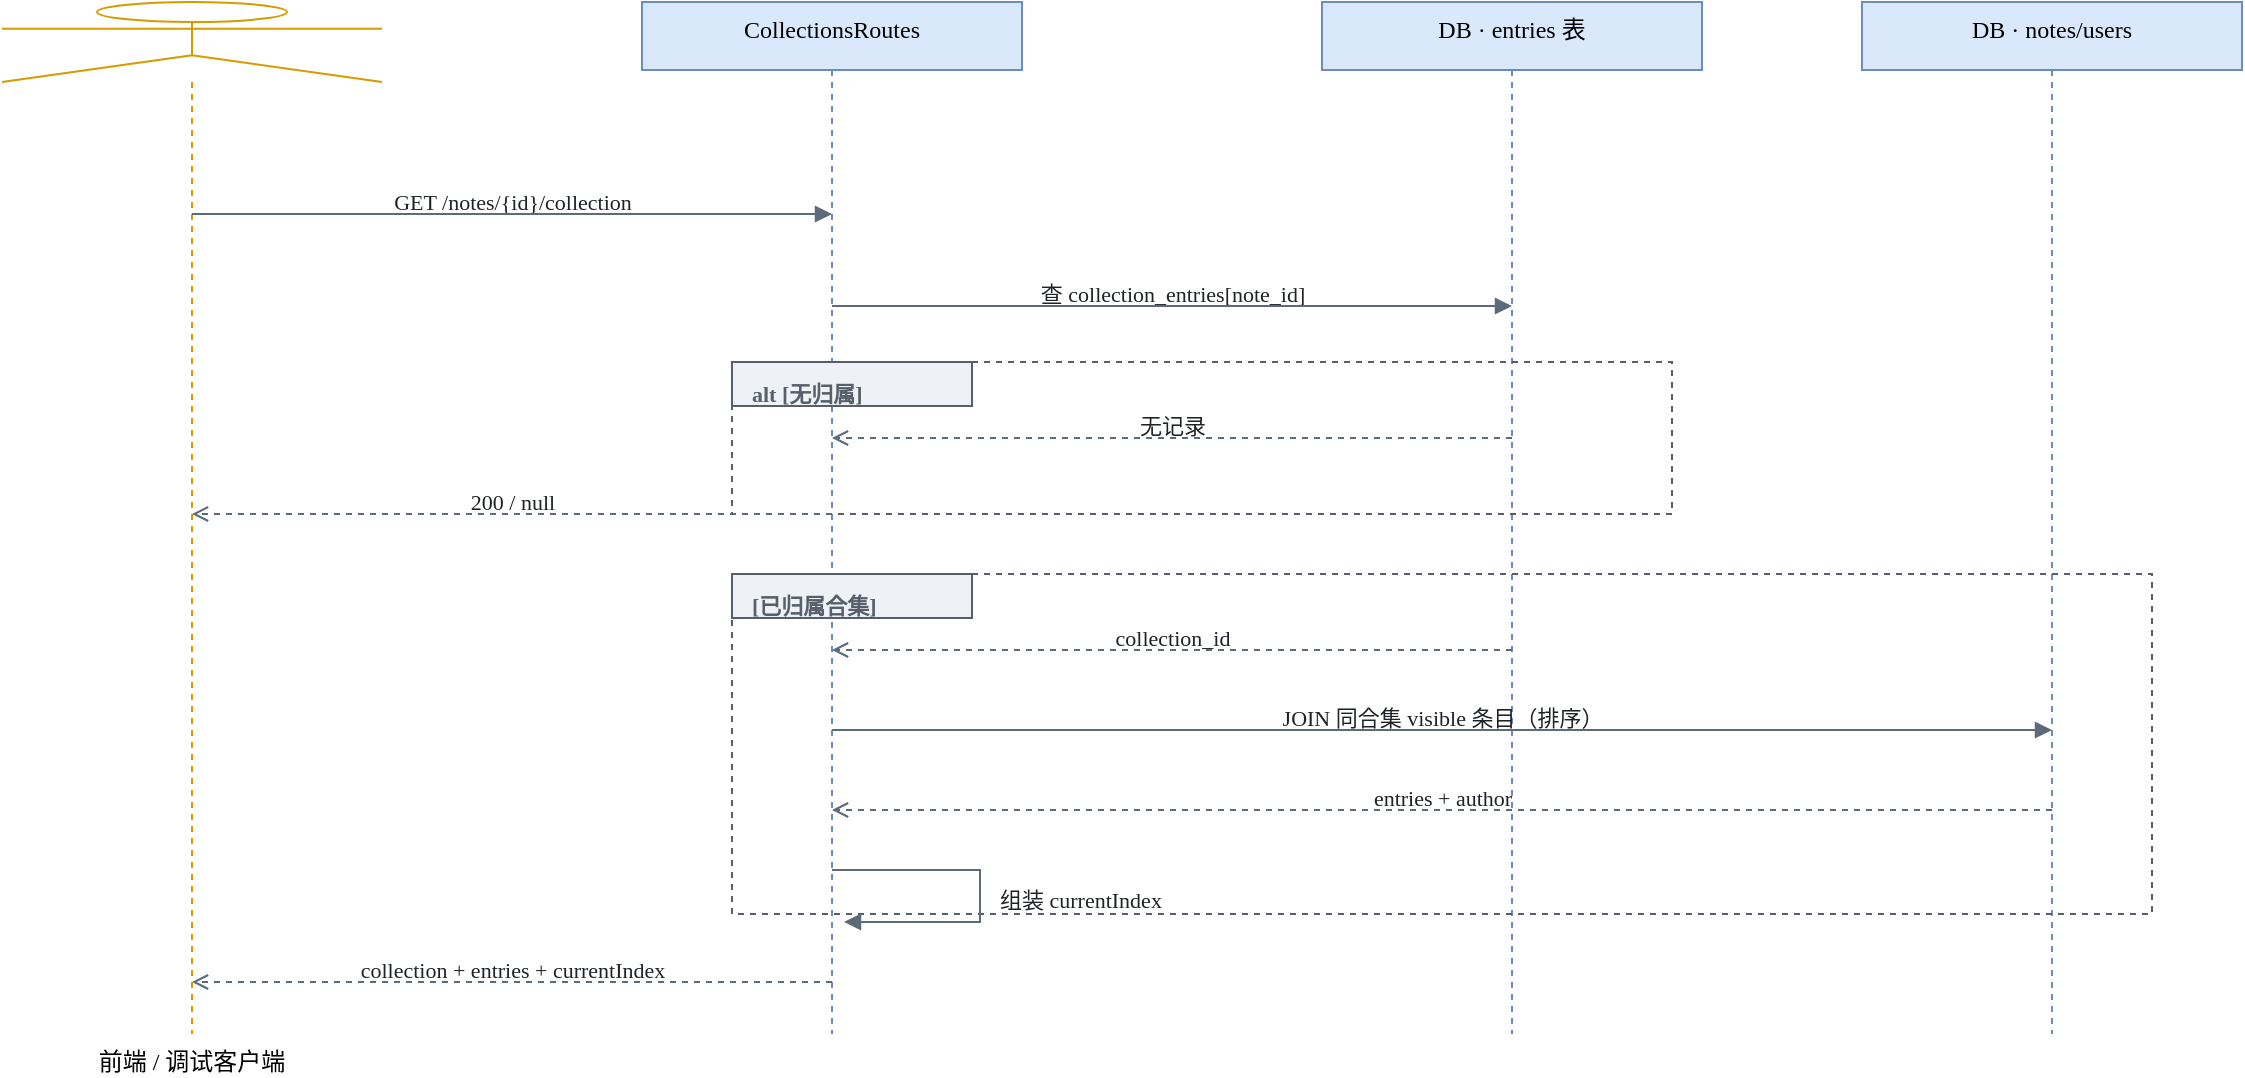
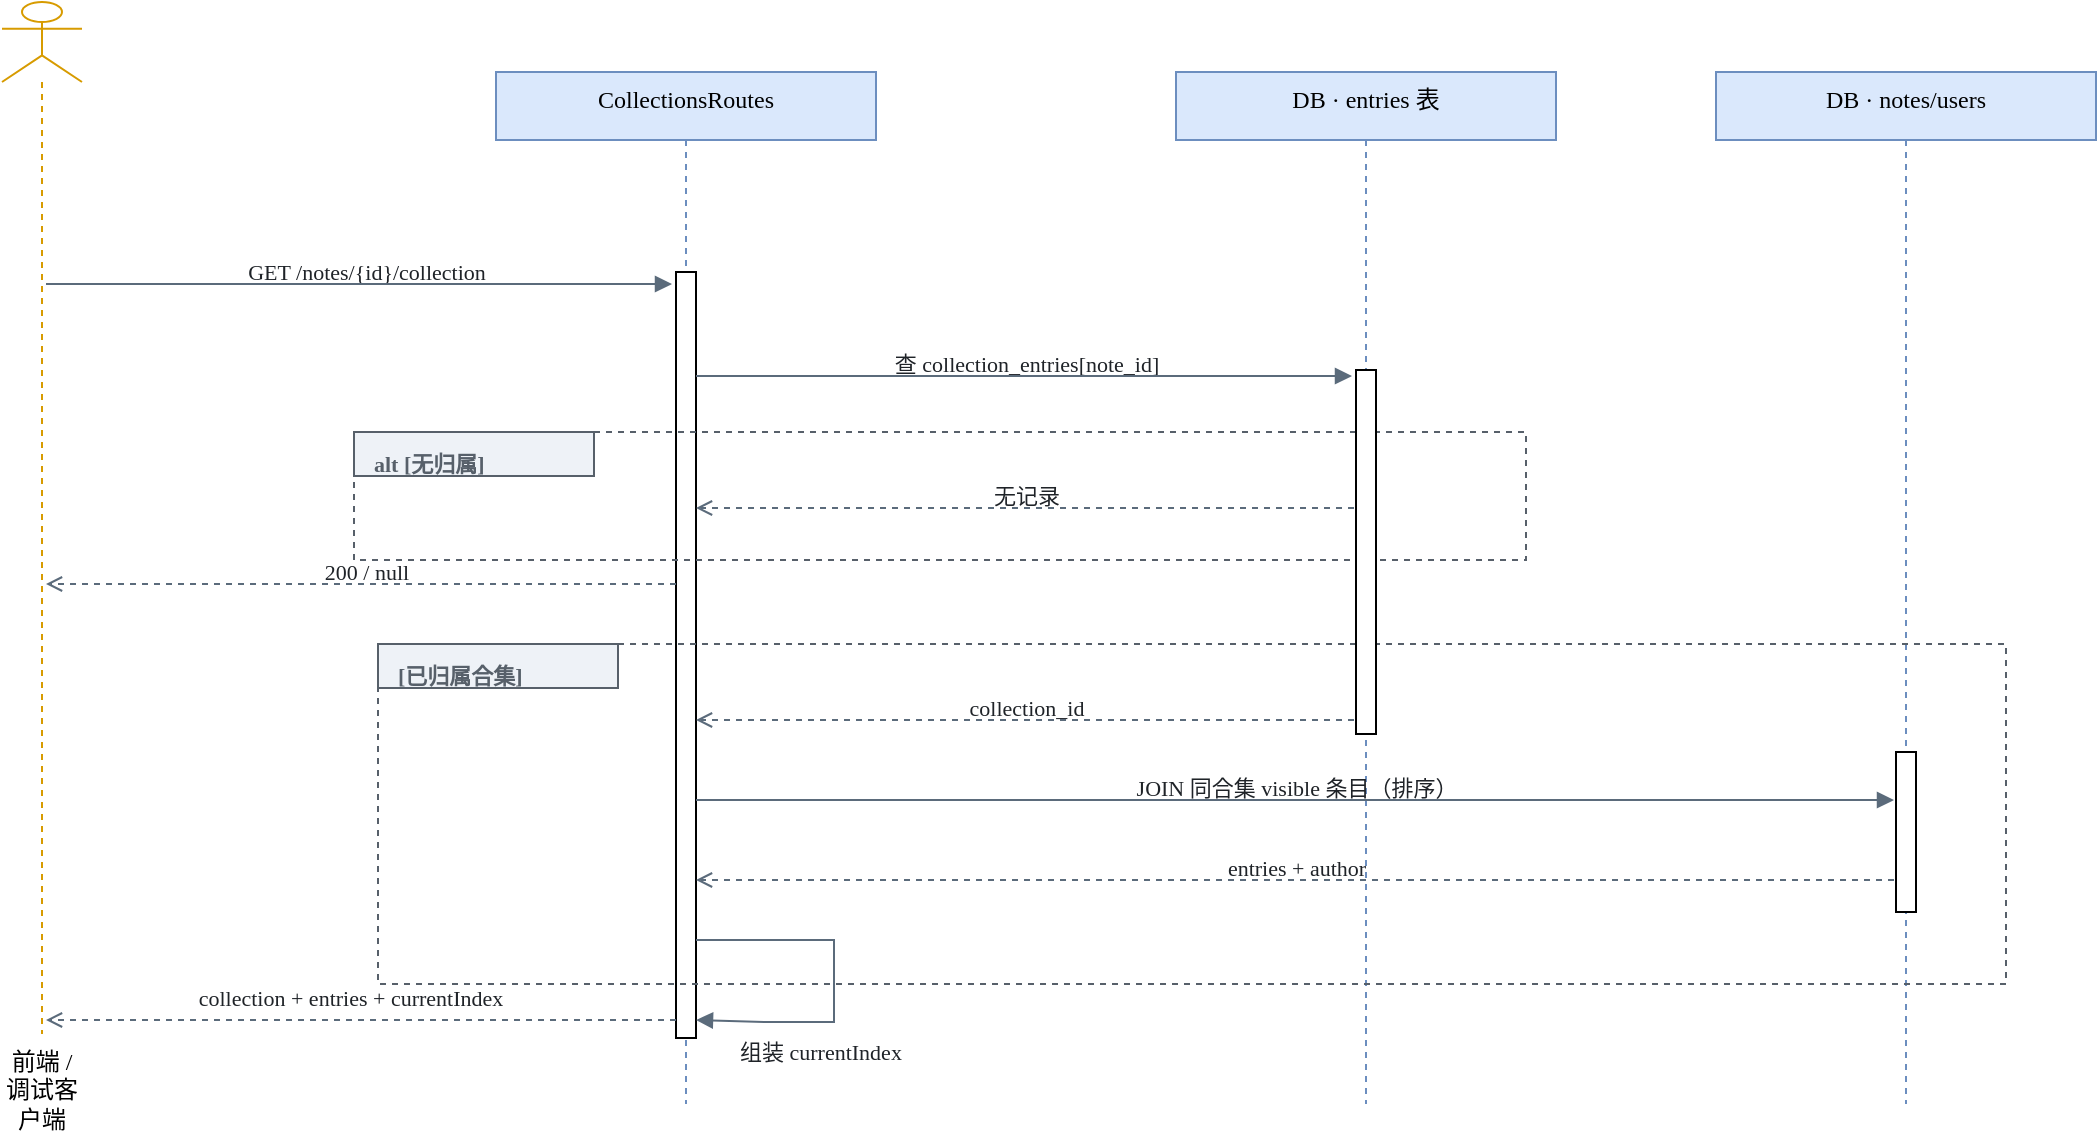
<mxfile host="app.diagrams.net" agent="figlib">
- <diagram id="图6-10 顺序图·合集上下文查询" name="图6-10 顺序图·合集上下文查询">
- <mxGraphModel dx="1280" dy="820" grid="0" gridSize="10" guides="1" tooltips="1" connect="1" arrows="1" fold="1" page="1" pageScale="1" pageWidth="1200" pageHeight="620" math="0" shadow="0"><root>
- <mxCell id="0"/><mxCell id="1" parent="0"/>
- <mxCell id="C" value="前端 / 调试客户端" style="shape=umlLifeline;perimeter=lifelinePerimeter;whiteSpace=wrap;html=1;container=1;collapsible=0;recursiveResize=0;outlineConnect=0;fontFamily=SimSun;fontSize=12;verticalAlign=top;fillColor=none;strokeColor=#d79b00;size=40;participant=umlActor;verticalLabelPosition=bottom;labelPosition=center;" vertex="1" parent="1"><mxGeometry x="65" y="44" width="190" height="516" as="geometry"/></mxCell>
- <mxCell id="API" value="CollectionsRoutes" style="shape=umlLifeline;perimeter=lifelinePerimeter;whiteSpace=wrap;html=1;container=1;collapsible=0;recursiveResize=0;outlineConnect=0;fontFamily=SimSun;fontSize=12;verticalAlign=top;fillColor=#dae8fc;strokeColor=#6c8ebf;size=34;" vertex="1" parent="1"><mxGeometry x="385" y="44" width="190" height="516" as="geometry"/></mxCell>
- <mxCell id="DB" value="DB · entries 表" style="shape=umlLifeline;perimeter=lifelinePerimeter;whiteSpace=wrap;html=1;container=1;collapsible=0;recursiveResize=0;outlineConnect=0;fontFamily=SimSun;fontSize=12;verticalAlign=top;fillColor=#dae8fc;strokeColor=#6c8ebf;size=34;" vertex="1" parent="1"><mxGeometry x="725" y="44" width="190" height="516" as="geometry"/></mxCell>
- <mxCell id="N" value="DB · notes/users" style="shape=umlLifeline;perimeter=lifelinePerimeter;whiteSpace=wrap;html=1;container=1;collapsible=0;recursiveResize=0;outlineConnect=0;fontFamily=SimSun;fontSize=12;verticalAlign=top;fillColor=#dae8fc;strokeColor=#6c8ebf;size=34;" vertex="1" parent="1"><mxGeometry x="995" y="44" width="190" height="516" as="geometry"/></mxCell>
- <mxCell id="t1" value="GET /notes/{id}/collection" style="text=;html=1;strokeColor=none;fillColor=none;align=center;verticalAlign=top;fontFamily=SimSun;fontSize=11;fontColor=#1f2328;fontStyle=0;" vertex="1" parent="1"><mxGeometry x="170" y="131" width="300" height="16" as="geometry"/></mxCell>
- <mxCell id="t2" value="查 collection_entries[note_id]" style="text=;html=1;strokeColor=none;fillColor=none;align=center;verticalAlign=top;fontFamily=SimSun;fontSize=11;fontColor=#1f2328;fontStyle=0;" vertex="1" parent="1"><mxGeometry x="500" y="177" width="300" height="16" as="geometry"/></mxCell>
- <mxCell id="fr3" value="" style="whiteSpace=wrap;html=1;fontFamily=SimSun;fontSize=12;fillColor=none;strokeColor=#57606a;dashed=1;align=center;" vertex="1" parent="1"><mxGeometry x="430" y="224" width="470" height="76" as="geometry"/></mxCell>
- <mxCell id="frtab4" value="" style="whiteSpace=wrap;html=1;fontFamily=SimSun;fontSize=12;fillColor=#eef2f7;strokeColor=#57606a;align=center;" vertex="1" parent="1"><mxGeometry x="430" y="224" width="120" height="22" as="geometry"/></mxCell>
- <mxCell id="t5" value="alt [无归属]" style="text=;html=1;strokeColor=none;fillColor=none;align=left;verticalAlign=top;fontFamily=SimSun;fontSize=11;fontColor=#57606a;fontStyle=1;" vertex="1" parent="1"><mxGeometry x="438" y="227" width="112" height="16" as="geometry"/></mxCell>
- <mxCell id="t6" value="无记录" style="text=;html=1;strokeColor=none;fillColor=none;align=center;verticalAlign=top;fontFamily=SimSun;fontSize=11;fontColor=#1f2328;fontStyle=0;" vertex="1" parent="1"><mxGeometry x="500" y="243" width="300" height="16" as="geometry"/></mxCell>
- <mxCell id="t7" value="200 / null" style="text=;html=1;strokeColor=none;fillColor=none;align=center;verticalAlign=top;fontFamily=SimSun;fontSize=11;fontColor=#1f2328;fontStyle=0;" vertex="1" parent="1"><mxGeometry x="170" y="281" width="300" height="16" as="geometry"/></mxCell>
- <mxCell id="fr8" value="" style="whiteSpace=wrap;html=1;fontFamily=SimSun;fontSize=12;fillColor=none;strokeColor=#57606a;dashed=1;align=center;" vertex="1" parent="1"><mxGeometry x="430" y="330" width="710" height="170" as="geometry"/></mxCell>
- <mxCell id="frtab9" value="" style="whiteSpace=wrap;html=1;fontFamily=SimSun;fontSize=12;fillColor=#eef2f7;strokeColor=#57606a;align=center;" vertex="1" parent="1"><mxGeometry x="430" y="330" width="120" height="22" as="geometry"/></mxCell>
- <mxCell id="t10" value="[已归属合集]" style="text=;html=1;strokeColor=none;fillColor=none;align=left;verticalAlign=top;fontFamily=SimSun;fontSize=11;fontColor=#57606a;fontStyle=1;" vertex="1" parent="1"><mxGeometry x="438" y="333" width="112" height="16" as="geometry"/></mxCell>
- <mxCell id="t11" value="collection_id" style="text=;html=1;strokeColor=none;fillColor=none;align=center;verticalAlign=top;fontFamily=SimSun;fontSize=11;fontColor=#1f2328;fontStyle=0;" vertex="1" parent="1"><mxGeometry x="500" y="349" width="300" height="16" as="geometry"/></mxCell>
- <mxCell id="t12" value="JOIN 同合集 visible 条目（排序）" style="text=;html=1;strokeColor=none;fillColor=none;align=center;verticalAlign=top;fontFamily=SimSun;fontSize=11;fontColor=#1f2328;fontStyle=0;" vertex="1" parent="1"><mxGeometry x="635" y="389" width="300" height="16" as="geometry"/></mxCell>
- <mxCell id="t13" value="entries + author" style="text=;html=1;strokeColor=none;fillColor=none;align=center;verticalAlign=top;fontFamily=SimSun;fontSize=11;fontColor=#1f2328;fontStyle=0;" vertex="1" parent="1"><mxGeometry x="635" y="429" width="300" height="16" as="geometry"/></mxCell>
- <mxCell id="t14" value="组装 currentIndex" style="text=;html=1;strokeColor=none;fillColor=none;align=left;verticalAlign=top;fontFamily=SimSun;fontSize=11;fontColor=#1f2328;fontStyle=0;" vertex="1" parent="1"><mxGeometry x="562" y="480" width="260" height="30" as="geometry"/></mxCell>
- <mxCell id="t15" value="collection + entries + currentIndex" style="text=;html=1;strokeColor=none;fillColor=none;align=center;verticalAlign=top;fontFamily=SimSun;fontSize=11;fontColor=#1f2328;fontStyle=0;" vertex="1" parent="1"><mxGeometry x="170" y="515" width="300" height="16" as="geometry"/></mxCell>
- <mxCell id="e0" value="" style="html=1;rounded=0;endArrow=block;endFill=1;strokeColor=#5b6b7b;fontFamily=SimSun;fontSize=11;fontColor=#57606a;" edge="1" parent="1"><mxGeometry relative="1" as="geometry"><mxPoint x="160" y="150" as="sourcePoint"/><mxPoint x="480" y="150" as="targetPoint"/></mxGeometry></mxCell>
- <mxCell id="e1" value="" style="html=1;rounded=0;endArrow=block;endFill=1;strokeColor=#5b6b7b;fontFamily=SimSun;fontSize=11;fontColor=#57606a;" edge="1" parent="1"><mxGeometry relative="1" as="geometry"><mxPoint x="480" y="196" as="sourcePoint"/><mxPoint x="820" y="196" as="targetPoint"/></mxGeometry></mxCell>
- <mxCell id="e2" value="" style="html=1;rounded=0;endArrow=open;endFill=0;strokeColor=#5b6b7b;fontFamily=SimSun;fontSize=11;fontColor=#57606a;dashed=1;" edge="1" parent="1"><mxGeometry relative="1" as="geometry"><mxPoint x="820" y="262" as="sourcePoint"/><mxPoint x="480" y="262" as="targetPoint"/></mxGeometry></mxCell>
- <mxCell id="e3" value="" style="html=1;rounded=0;endArrow=open;endFill=0;strokeColor=#5b6b7b;fontFamily=SimSun;fontSize=11;fontColor=#57606a;dashed=1;" edge="1" parent="1"><mxGeometry relative="1" as="geometry"><mxPoint x="480" y="300" as="sourcePoint"/><mxPoint x="160" y="300" as="targetPoint"/></mxGeometry></mxCell>
- <mxCell id="e4" value="" style="html=1;rounded=0;endArrow=open;endFill=0;strokeColor=#5b6b7b;fontFamily=SimSun;fontSize=11;fontColor=#57606a;dashed=1;" edge="1" parent="1"><mxGeometry relative="1" as="geometry"><mxPoint x="820" y="368" as="sourcePoint"/><mxPoint x="480" y="368" as="targetPoint"/></mxGeometry></mxCell>
- <mxCell id="e5" value="" style="html=1;rounded=0;endArrow=block;endFill=1;strokeColor=#5b6b7b;fontFamily=SimSun;fontSize=11;fontColor=#57606a;" edge="1" parent="1"><mxGeometry relative="1" as="geometry"><mxPoint x="480" y="408" as="sourcePoint"/><mxPoint x="1090" y="408" as="targetPoint"/></mxGeometry></mxCell>
- <mxCell id="e6" value="" style="html=1;rounded=0;endArrow=open;endFill=0;strokeColor=#5b6b7b;fontFamily=SimSun;fontSize=11;fontColor=#57606a;dashed=1;" edge="1" parent="1"><mxGeometry relative="1" as="geometry"><mxPoint x="1090" y="448" as="sourcePoint"/><mxPoint x="480" y="448" as="targetPoint"/></mxGeometry></mxCell>
- <mxCell id="e7" value="" style="html=1;rounded=0;endArrow=block;endFill=1;strokeColor=#5b6b7b;fontFamily=SimSun;fontSize=11;fontColor=#57606a;" edge="1" parent="1"><mxGeometry relative="1" as="geometry"><mxPoint x="480" y="478" as="sourcePoint"/><mxPoint x="486" y="504" as="targetPoint"/><Array as="points"><mxPoint x="554" y="478"/><mxPoint x="554" y="504"/></Array></mxGeometry></mxCell>
- <mxCell id="e8" value="" style="html=1;rounded=0;endArrow=open;endFill=0;strokeColor=#5b6b7b;fontFamily=SimSun;fontSize=11;fontColor=#57606a;dashed=1;" edge="1" parent="1"><mxGeometry relative="1" as="geometry"><mxPoint x="480" y="534" as="sourcePoint"/><mxPoint x="160" y="534" as="targetPoint"/></mxGeometry></mxCell>
- </root></mxGraphModel></diagram></mxfile>+   <diagram id="图6-10 顺序图·合集上下文查询" name="图6-10 顺序图·合集上下文查询">
+     <mxGraphModel dx="465" dy="293" grid="0" gridSize="10" guides="1" tooltips="1" connect="1" arrows="1" fold="1" page="1" pageScale="1" pageWidth="1200" pageHeight="620" math="0" shadow="0">
+       <root>
+         <mxCell id="0" />
+         <mxCell id="1" parent="0" />
+         <mxCell id="C" parent="1" style="shape=umlLifeline;perimeter=lifelinePerimeter;whiteSpace=wrap;html=1;container=1;collapsible=0;recursiveResize=0;outlineConnect=0;fontFamily=SimSun;fontSize=12;verticalAlign=top;fillColor=none;strokeColor=#d79b00;size=40;participant=umlActor;verticalLabelPosition=bottom;labelPosition=center;" value="前端 / 调试客户端" vertex="1">
+           <mxGeometry height="516" width="40" x="138" y="9" as="geometry" />
+         </mxCell>
+         <mxCell id="API" parent="1" style="shape=umlLifeline;perimeter=lifelinePerimeter;whiteSpace=wrap;html=1;container=1;collapsible=0;recursiveResize=0;outlineConnect=0;fontFamily=SimSun;fontSize=12;verticalAlign=top;fillColor=#dae8fc;strokeColor=#6c8ebf;size=34;" value="CollectionsRoutes" vertex="1">
+           <mxGeometry height="516" width="190" x="385" y="44" as="geometry" />
+         </mxCell>
+         <mxCell id="9ts7WLDHUDQIiOUkM10R-1" parent="API" style="html=1;points=[[0,0,0,0,5],[0,1,0,0,-5],[1,0,0,0,5],[1,1,0,0,-5]];perimeter=orthogonalPerimeter;outlineConnect=0;targetShapes=umlLifeline;portConstraint=eastwest;newEdgeStyle={&quot;curved&quot;:0,&quot;rounded&quot;:0};" value="" vertex="1">
+           <mxGeometry height="383" width="10" x="90" y="100" as="geometry" />
+         </mxCell>
+         <mxCell id="e7" edge="1" parent="API" source="9ts7WLDHUDQIiOUkM10R-1" style="html=1;rounded=0;endArrow=block;endFill=1;strokeColor=#5b6b7b;fontFamily=SimSun;fontSize=11;fontColor=#57606a;" value="">
+           <mxGeometry relative="1" as="geometry">
+             <Array as="points">
+               <mxPoint x="169" y="434" />
+               <mxPoint x="169" y="475" />
+               <mxPoint x="134" y="475" />
+             </Array>
+             <mxPoint x="95" y="434" as="sourcePoint" />
+             <mxPoint x="100" y="474" as="targetPoint" />
+           </mxGeometry>
+         </mxCell>
+         <mxCell id="DB" parent="1" style="shape=umlLifeline;perimeter=lifelinePerimeter;whiteSpace=wrap;html=1;container=1;collapsible=0;recursiveResize=0;outlineConnect=0;fontFamily=SimSun;fontSize=12;verticalAlign=top;fillColor=#dae8fc;strokeColor=#6c8ebf;size=34;" value="DB · entries 表" vertex="1">
+           <mxGeometry height="516" width="190" x="725" y="44" as="geometry" />
+         </mxCell>
+         <mxCell id="N" parent="1" style="shape=umlLifeline;perimeter=lifelinePerimeter;whiteSpace=wrap;html=1;container=1;collapsible=0;recursiveResize=0;outlineConnect=0;fontFamily=SimSun;fontSize=12;verticalAlign=top;fillColor=#dae8fc;strokeColor=#6c8ebf;size=34;" value="DB · notes/users" vertex="1">
+           <mxGeometry height="516" width="190" x="995" y="44" as="geometry" />
+         </mxCell>
+         <mxCell id="t1" parent="1" style="text=;html=1;strokeColor=none;fillColor=none;align=center;verticalAlign=top;fontFamily=SimSun;fontSize=11;fontColor=#1f2328;fontStyle=0;" value="GET /notes/{id}/collection" vertex="1">
+           <mxGeometry height="16" width="300" x="170" y="131" as="geometry" />
+         </mxCell>
+         <mxCell id="t2" parent="1" style="text=;html=1;strokeColor=none;fillColor=none;align=center;verticalAlign=top;fontFamily=SimSun;fontSize=11;fontColor=#1f2328;fontStyle=0;" value="查 collection_entries[note_id]" vertex="1">
+           <mxGeometry height="16" width="300" x="500" y="177" as="geometry" />
+         </mxCell>
+         <mxCell id="fr3" parent="1" style="whiteSpace=wrap;html=1;fontFamily=SimSun;fontSize=12;fillColor=none;strokeColor=#57606a;dashed=1;align=center;" value="" vertex="1">
+           <mxGeometry height="64" width="586" x="314" y="224" as="geometry" />
+         </mxCell>
+         <mxCell id="frtab4" parent="1" style="whiteSpace=wrap;html=1;fontFamily=SimSun;fontSize=12;fillColor=#eef2f7;strokeColor=#57606a;align=center;" value="" vertex="1">
+           <mxGeometry height="22" width="120" x="314" y="224" as="geometry" />
+         </mxCell>
+         <mxCell id="t5" parent="1" style="text=;html=1;strokeColor=none;fillColor=none;align=left;verticalAlign=top;fontFamily=SimSun;fontSize=11;fontColor=#57606a;fontStyle=1;" value="alt [无归属]" vertex="1">
+           <mxGeometry height="16" width="112" x="322" y="227" as="geometry" />
+         </mxCell>
+         <mxCell id="t6" parent="1" style="text=;html=1;strokeColor=none;fillColor=none;align=center;verticalAlign=top;fontFamily=SimSun;fontSize=11;fontColor=#1f2328;fontStyle=0;" value="无记录" vertex="1">
+           <mxGeometry height="16" width="300" x="500" y="243" as="geometry" />
+         </mxCell>
+         <mxCell id="t7" parent="1" style="text=;html=1;strokeColor=none;fillColor=none;align=center;verticalAlign=top;fontFamily=SimSun;fontSize=11;fontColor=#1f2328;fontStyle=0;" value="200 / null" vertex="1">
+           <mxGeometry height="16" width="300" x="170" y="281" as="geometry" />
+         </mxCell>
+         <mxCell id="fr8" parent="1" style="whiteSpace=wrap;html=1;fontFamily=SimSun;fontSize=12;fillColor=none;strokeColor=#57606a;dashed=1;align=center;" value="" vertex="1">
+           <mxGeometry height="170" width="814" x="326" y="330" as="geometry" />
+         </mxCell>
+         <mxCell id="frtab9" parent="1" style="whiteSpace=wrap;html=1;fontFamily=SimSun;fontSize=12;fillColor=#eef2f7;strokeColor=#57606a;align=center;" value="" vertex="1">
+           <mxGeometry height="22" width="120" x="326" y="330" as="geometry" />
+         </mxCell>
+         <mxCell id="t10" parent="1" style="text=;html=1;strokeColor=none;fillColor=none;align=left;verticalAlign=top;fontFamily=SimSun;fontSize=11;fontColor=#57606a;fontStyle=1;" value="[已归属合集]" vertex="1">
+           <mxGeometry height="16" width="112" x="334" y="333" as="geometry" />
+         </mxCell>
+         <mxCell id="t11" parent="1" style="text=;html=1;strokeColor=none;fillColor=none;align=center;verticalAlign=top;fontFamily=SimSun;fontSize=11;fontColor=#1f2328;fontStyle=0;" value="collection_id" vertex="1">
+           <mxGeometry height="16" width="300" x="500" y="349" as="geometry" />
+         </mxCell>
+         <mxCell id="t12" parent="1" style="text=;html=1;strokeColor=none;fillColor=none;align=center;verticalAlign=top;fontFamily=SimSun;fontSize=11;fontColor=#1f2328;fontStyle=0;" value="JOIN 同合集 visible 条目（排序）" vertex="1">
+           <mxGeometry height="16" width="300" x="635" y="389" as="geometry" />
+         </mxCell>
+         <mxCell id="t13" parent="1" style="text=;html=1;strokeColor=none;fillColor=none;align=center;verticalAlign=top;fontFamily=SimSun;fontSize=11;fontColor=#1f2328;fontStyle=0;" value="entries + author" vertex="1">
+           <mxGeometry height="16" width="300" x="635" y="429" as="geometry" />
+         </mxCell>
+         <mxCell id="t14" parent="1" style="text=;html=1;strokeColor=none;fillColor=none;align=left;verticalAlign=top;fontFamily=SimSun;fontSize=11;fontColor=#1f2328;fontStyle=0;" value="组装 currentIndex" vertex="1">
+           <mxGeometry height="30" width="260" x="505" y="521" as="geometry" />
+         </mxCell>
+         <mxCell id="t15" parent="1" style="text=;html=1;strokeColor=none;fillColor=none;align=center;verticalAlign=top;fontFamily=SimSun;fontSize=11;fontColor=#1f2328;fontStyle=0;" value="collection + entries + currentIndex" vertex="1">
+           <mxGeometry height="16" width="300" x="162" y="494" as="geometry" />
+         </mxCell>
+         <mxCell id="e0" edge="1" parent="1" style="html=1;rounded=0;endArrow=block;endFill=1;strokeColor=#5b6b7b;fontFamily=SimSun;fontSize=11;fontColor=#57606a;" value="">
+           <mxGeometry relative="1" as="geometry">
+             <mxPoint x="160" y="150" as="sourcePoint" />
+             <mxPoint x="473" y="150" as="targetPoint" />
+           </mxGeometry>
+         </mxCell>
+         <mxCell id="e1" edge="1" parent="1" source="9ts7WLDHUDQIiOUkM10R-1" style="html=1;rounded=0;endArrow=block;endFill=1;strokeColor=#5b6b7b;fontFamily=SimSun;fontSize=11;fontColor=#57606a;" value="">
+           <mxGeometry relative="1" as="geometry">
+             <mxPoint x="480" y="196" as="sourcePoint" />
+             <mxPoint x="813" y="196" as="targetPoint" />
+           </mxGeometry>
+         </mxCell>
+         <mxCell id="e2" edge="1" parent="1" style="html=1;rounded=0;endArrow=open;endFill=0;strokeColor=#5b6b7b;fontFamily=SimSun;fontSize=11;fontColor=#57606a;dashed=1;" target="9ts7WLDHUDQIiOUkM10R-1" value="">
+           <mxGeometry relative="1" as="geometry">
+             <mxPoint x="820" y="262" as="sourcePoint" />
+             <mxPoint x="480" y="262" as="targetPoint" />
+           </mxGeometry>
+         </mxCell>
+         <mxCell id="e3" edge="1" parent="1" source="9ts7WLDHUDQIiOUkM10R-1" style="html=1;rounded=0;endArrow=open;endFill=0;strokeColor=#5b6b7b;fontFamily=SimSun;fontSize=11;fontColor=#57606a;dashed=1;" value="">
+           <mxGeometry relative="1" as="geometry">
+             <mxPoint x="480" y="300" as="sourcePoint" />
+             <mxPoint x="160" y="300" as="targetPoint" />
+           </mxGeometry>
+         </mxCell>
+         <mxCell id="e4" edge="1" parent="1" style="html=1;rounded=0;endArrow=open;endFill=0;strokeColor=#5b6b7b;fontFamily=SimSun;fontSize=11;fontColor=#57606a;dashed=1;" target="9ts7WLDHUDQIiOUkM10R-1" value="">
+           <mxGeometry relative="1" as="geometry">
+             <mxPoint x="820" y="368" as="sourcePoint" />
+             <mxPoint x="480" y="368" as="targetPoint" />
+           </mxGeometry>
+         </mxCell>
+         <mxCell id="e5" edge="1" parent="1" source="9ts7WLDHUDQIiOUkM10R-1" style="html=1;rounded=0;endArrow=block;endFill=1;strokeColor=#5b6b7b;fontFamily=SimSun;fontSize=11;fontColor=#57606a;" value="">
+           <mxGeometry relative="1" as="geometry">
+             <mxPoint x="480" y="408" as="sourcePoint" />
+             <mxPoint x="1084" y="408" as="targetPoint" />
+           </mxGeometry>
+         </mxCell>
+         <mxCell id="e6" edge="1" parent="1" style="html=1;rounded=0;endArrow=open;endFill=0;strokeColor=#5b6b7b;fontFamily=SimSun;fontSize=11;fontColor=#57606a;dashed=1;" target="9ts7WLDHUDQIiOUkM10R-1" value="">
+           <mxGeometry relative="1" as="geometry">
+             <mxPoint x="1090" y="448" as="sourcePoint" />
+             <mxPoint x="480" y="448" as="targetPoint" />
+           </mxGeometry>
+         </mxCell>
+         <mxCell id="e8" edge="1" parent="1" source="9ts7WLDHUDQIiOUkM10R-1" style="html=1;rounded=0;endArrow=open;endFill=0;strokeColor=#5b6b7b;fontFamily=SimSun;fontSize=11;fontColor=#57606a;dashed=1;" value="">
+           <mxGeometry relative="1" as="geometry">
+             <mxPoint x="480" y="518" as="sourcePoint" />
+             <mxPoint x="160" y="518" as="targetPoint" />
+           </mxGeometry>
+         </mxCell>
+         <mxCell id="9ts7WLDHUDQIiOUkM10R-2" parent="1" style="html=1;points=[[0,0,0,0,5],[0,1,0,0,-5],[1,0,0,0,5],[1,1,0,0,-5]];perimeter=orthogonalPerimeter;outlineConnect=0;targetShapes=umlLifeline;portConstraint=eastwest;newEdgeStyle={&quot;curved&quot;:0,&quot;rounded&quot;:0};" value="" vertex="1">
+           <mxGeometry height="182" width="10" x="815" y="193" as="geometry" />
+         </mxCell>
+         <mxCell id="9ts7WLDHUDQIiOUkM10R-3" parent="1" style="html=1;points=[[0,0,0,0,5],[0,1,0,0,-5],[1,0,0,0,5],[1,1,0,0,-5]];perimeter=orthogonalPerimeter;outlineConnect=0;targetShapes=umlLifeline;portConstraint=eastwest;newEdgeStyle={&quot;curved&quot;:0,&quot;rounded&quot;:0};" value="" vertex="1">
+           <mxGeometry height="80" width="10" x="1085" y="384" as="geometry" />
+         </mxCell>
+       </root>
+     </mxGraphModel>
+   </diagram>
+ </mxfile>
